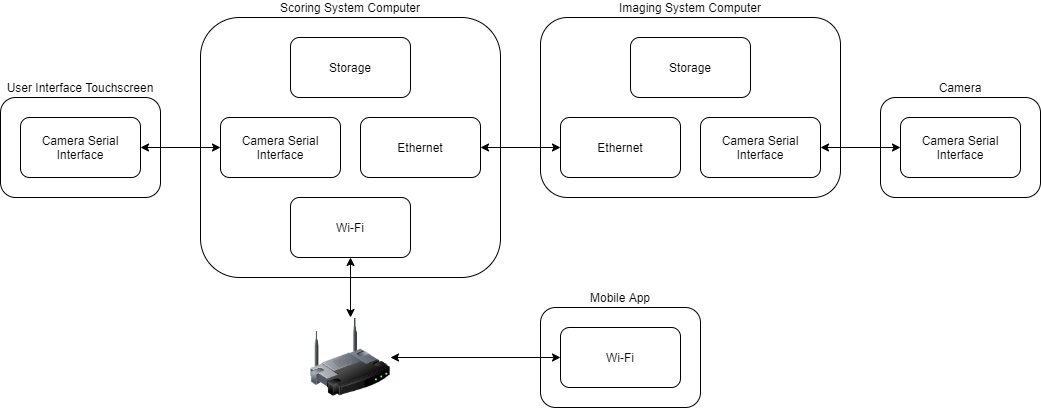
kparlak/dart-scoring-system keeps this draw.io diagram as documentation/Dart_Scoring_System_Schematics-Interface.png. Above is the earlier version. Source tidied: cells renumbered, new cells last; positions are measured from the earlier drawing's top-left corner, leaving out a move shared by most shapes. Its diagram source:
```xml
<mxGraphModel>
  <root>
    <mxCell id="0" />
    <mxCell id="1" parent="0" />
    <mxCell id="2" value="Mobile App" style="rounded=1;whiteSpace=wrap;html=1;labelPosition=center;verticalLabelPosition=top;align=center;verticalAlign=bottom;" parent="1" vertex="1">
      <mxGeometry x="540" y="290" width="160" height="100" as="geometry" />
    </mxCell>
    <mxCell id="3" value="Wi-Fi" style="rounded=1;whiteSpace=wrap;html=1;" parent="1" vertex="1">
      <mxGeometry x="560" y="310" width="120" height="60" as="geometry" />
    </mxCell>
    <mxCell id="4" value="Imaging System Computer" style="rounded=1;whiteSpace=wrap;html=1;labelPosition=center;verticalLabelPosition=top;align=center;verticalAlign=bottom;" parent="1" vertex="1">
      <mxGeometry x="540" width="300" height="180" as="geometry" />
    </mxCell>
    <mxCell id="5" value="Ethernet" style="rounded=1;whiteSpace=wrap;html=1;" parent="1" vertex="1">
      <mxGeometry x="560" y="100" width="120" height="60" as="geometry" />
    </mxCell>
    <mxCell id="6" value="Scoring System Computer" style="rounded=1;whiteSpace=wrap;html=1;labelPosition=center;verticalLabelPosition=top;align=center;verticalAlign=bottom;" parent="1" vertex="1">
      <mxGeometry x="200" width="300" height="260" as="geometry" />
    </mxCell>
    <mxCell id="7" value="User Interface Touchscreen" style="rounded=1;whiteSpace=wrap;html=1;labelPosition=center;verticalLabelPosition=top;align=center;verticalAlign=bottom;" parent="1" vertex="1">
      <mxGeometry y="80" width="160" height="100" as="geometry" />
    </mxCell>
    <mxCell id="8" value="Camera Serial Interface" style="rounded=1;whiteSpace=wrap;html=1;" parent="1" vertex="1">
      <mxGeometry x="220" y="100" width="120" height="60" as="geometry" />
    </mxCell>
    <mxCell id="9" style="edgeStyle=orthogonalEdgeStyle;rounded=1;jettySize=auto;html=1;exitX=1;exitY=0.5;exitDx=0;exitDy=0;entryX=0;entryY=0.5;entryDx=0;entryDy=0;startArrow=classic;startFill=1;strokeColor=#000000;" parent="1" edge="1" source="10" target="8">
      <mxGeometry relative="1" as="geometry" />
    </mxCell>
    <mxCell id="10" value="Camera Serial Interface" style="rounded=1;whiteSpace=wrap;html=1;" parent="1" vertex="1">
      <mxGeometry x="20" y="100" width="120" height="60" as="geometry" />
    </mxCell>
    <mxCell id="11" style="edgeStyle=orthogonalEdgeStyle;rounded=1;jettySize=auto;html=1;exitX=0.5;exitY=1;exitDx=0;exitDy=0;entryX=0.5;entryY=0;entryDx=0;entryDy=0;startArrow=classic;startFill=1;strokeColor=#000000;" parent="1" edge="1" source="12" target="18">
      <mxGeometry relative="1" as="geometry" />
    </mxCell>
    <mxCell id="12" value="Wi-Fi" style="rounded=1;whiteSpace=wrap;html=1;" parent="1" vertex="1">
      <mxGeometry x="290" y="180" width="120" height="60" as="geometry" />
    </mxCell>
    <mxCell id="13" style="edgeStyle=orthogonalEdgeStyle;rounded=1;jettySize=auto;html=1;exitX=1;exitY=0.5;exitDx=0;exitDy=0;entryX=0;entryY=0.5;entryDx=0;entryDy=0;startArrow=classic;startFill=1;strokeColor=#000000;" parent="1" edge="1" source="14" target="5">
      <mxGeometry relative="1" as="geometry" />
    </mxCell>
    <mxCell id="14" value="Ethernet" style="rounded=1;whiteSpace=wrap;html=1;" parent="1" vertex="1">
      <mxGeometry x="360" y="100" width="120" height="60" as="geometry" />
    </mxCell>
    <mxCell id="15" value="Storage" style="rounded=1;whiteSpace=wrap;html=1;" parent="1" vertex="1">
      <mxGeometry x="290" y="20" width="120" height="60" as="geometry" />
    </mxCell>
    <mxCell id="16" value="Storage" style="rounded=1;whiteSpace=wrap;html=1;" parent="1" vertex="1">
      <mxGeometry x="630" y="20" width="120" height="60" as="geometry" />
    </mxCell>
    <mxCell id="17" style="edgeStyle=orthogonalEdgeStyle;rounded=1;jettySize=auto;html=1;exitX=1;exitY=0.5;exitDx=0;exitDy=0;entryX=0;entryY=0.5;entryDx=0;entryDy=0;startArrow=classic;startFill=1;strokeColor=#000000;" parent="1" edge="1" source="18" target="3">
      <mxGeometry relative="1" as="geometry" />
    </mxCell>
    <mxCell id="18" style="image;html=1;image=img/lib/clip_art/networking/Wireless_Router_128x128.png;" parent="1" vertex="1">
      <mxGeometry x="310" y="300" width="80" height="80" as="geometry" />
    </mxCell>
    <mxCell id="19" value="Camera" style="rounded=1;whiteSpace=wrap;html=1;labelPosition=center;verticalLabelPosition=top;align=center;verticalAlign=bottom;" parent="1" vertex="1">
      <mxGeometry x="880" y="80" width="160" height="100" as="geometry" />
    </mxCell>
    <mxCell id="20" value="Camera Serial Interface" style="rounded=1;whiteSpace=wrap;html=1;" parent="1" vertex="1">
      <mxGeometry x="900" y="100" width="120" height="60" as="geometry" />
    </mxCell>
    <mxCell id="21" style="edgeStyle=orthogonalEdgeStyle;rounded=1;jettySize=auto;html=1;exitX=1;exitY=0.5;exitDx=0;exitDy=0;entryX=0;entryY=0.5;entryDx=0;entryDy=0;startArrow=classic;startFill=1;strokeColor=#000000;" parent="1" edge="1" source="22" target="20">
      <mxGeometry relative="1" as="geometry" />
    </mxCell>
    <mxCell id="22" value="Camera Serial Interface" style="rounded=1;whiteSpace=wrap;html=1;" parent="1" vertex="1">
      <mxGeometry x="700" y="100" width="120" height="60" as="geometry" />
    </mxCell>
  </root>
</mxGraphModel>
```
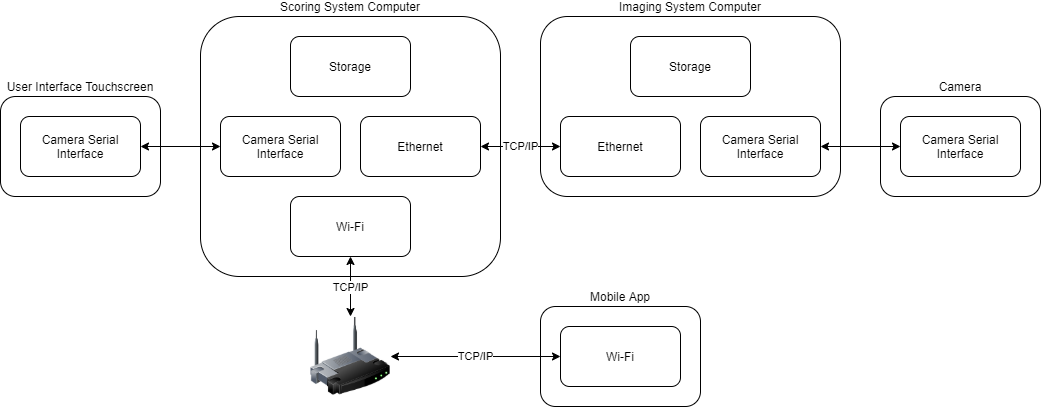
Above is the later version.

Commit message:
Clean up PDR slides and diagrams (#15)

What changed in the source:
```diff
@@ -29,13 +29,13 @@
     <mxCell id="10" value="Camera Serial Interface" style="rounded=1;whiteSpace=wrap;html=1;" parent="1" vertex="1">
       <mxGeometry x="20" y="100" width="120" height="60" as="geometry" />
     </mxCell>
-    <mxCell id="11" style="edgeStyle=orthogonalEdgeStyle;rounded=1;jettySize=auto;html=1;exitX=0.5;exitY=1;exitDx=0;exitDy=0;entryX=0.5;entryY=0;entryDx=0;entryDy=0;startArrow=classic;startFill=1;strokeColor=#000000;" parent="1" edge="1" source="12" target="18">
+    <mxCell id="11" value="TCP/IP" style="edgeStyle=orthogonalEdgeStyle;rounded=1;jettySize=auto;html=1;exitX=0.5;exitY=1;exitDx=0;exitDy=0;entryX=0.5;entryY=0;entryDx=0;entryDy=0;startArrow=classic;startFill=1;strokeColor=#000000;" parent="1" edge="1" source="12" target="18">
       <mxGeometry relative="1" as="geometry" />
     </mxCell>
     <mxCell id="12" value="Wi-Fi" style="rounded=1;whiteSpace=wrap;html=1;" parent="1" vertex="1">
       <mxGeometry x="290" y="180" width="120" height="60" as="geometry" />
     </mxCell>
-    <mxCell id="13" style="edgeStyle=orthogonalEdgeStyle;rounded=1;jettySize=auto;html=1;exitX=1;exitY=0.5;exitDx=0;exitDy=0;entryX=0;entryY=0.5;entryDx=0;entryDy=0;startArrow=classic;startFill=1;strokeColor=#000000;" parent="1" edge="1" source="14" target="5">
+    <mxCell id="13" value="TCP/IP" style="edgeStyle=orthogonalEdgeStyle;rounded=1;jettySize=auto;html=1;exitX=1;exitY=0.5;exitDx=0;exitDy=0;entryX=0;entryY=0.5;entryDx=0;entryDy=0;startArrow=classic;startFill=1;strokeColor=#000000;" parent="1" edge="1" source="14" target="5">
       <mxGeometry relative="1" as="geometry" />
     </mxCell>
     <mxCell id="14" value="Ethernet" style="rounded=1;whiteSpace=wrap;html=1;" parent="1" vertex="1">
@@ -47,7 +47,7 @@
     <mxCell id="16" value="Storage" style="rounded=1;whiteSpace=wrap;html=1;" parent="1" vertex="1">
       <mxGeometry x="630" y="20" width="120" height="60" as="geometry" />
     </mxCell>
-    <mxCell id="17" style="edgeStyle=orthogonalEdgeStyle;rounded=1;jettySize=auto;html=1;exitX=1;exitY=0.5;exitDx=0;exitDy=0;entryX=0;entryY=0.5;entryDx=0;entryDy=0;startArrow=classic;startFill=1;strokeColor=#000000;" parent="1" edge="1" source="18" target="3">
+    <mxCell id="17" value="TCP/IP" style="edgeStyle=orthogonalEdgeStyle;rounded=1;jettySize=auto;html=1;exitX=1;exitY=0.5;exitDx=0;exitDy=0;entryX=0;entryY=0.5;entryDx=0;entryDy=0;startArrow=classic;startFill=1;strokeColor=#000000;" parent="1" edge="1" source="18" target="3">
       <mxGeometry relative="1" as="geometry" />
     </mxCell>
     <mxCell id="18" style="image;html=1;image=img/lib/clip_art/networking/Wireless_Router_128x128.png;" parent="1" vertex="1">
```
